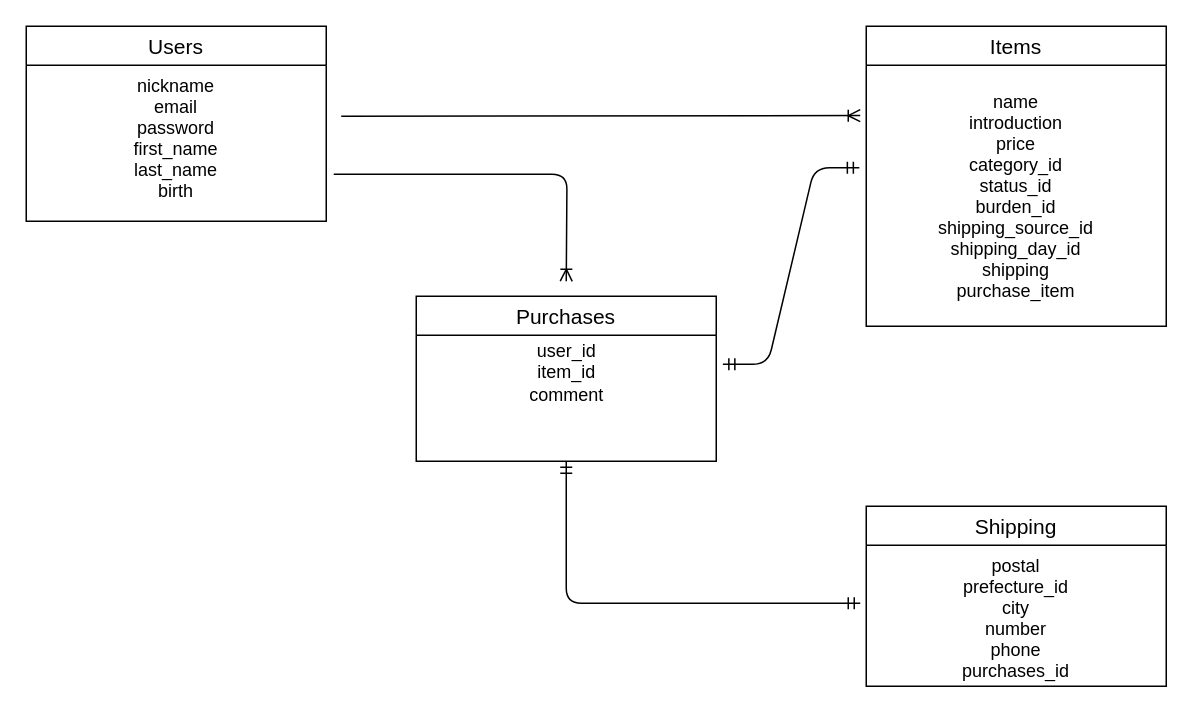
This is test.Draw.io Integration.dio from mitsunari-soad/furima_31783, a draw.io file, before an edit. Source tidied: cells renumbered, new cells numbered last; positions are measured from the earlier drawing's top-left corner, leaving out a move shared by most shapes. Both pictures are drawn from the tidied source at 150%, with x=0, y=0 at pixel (26, 26).
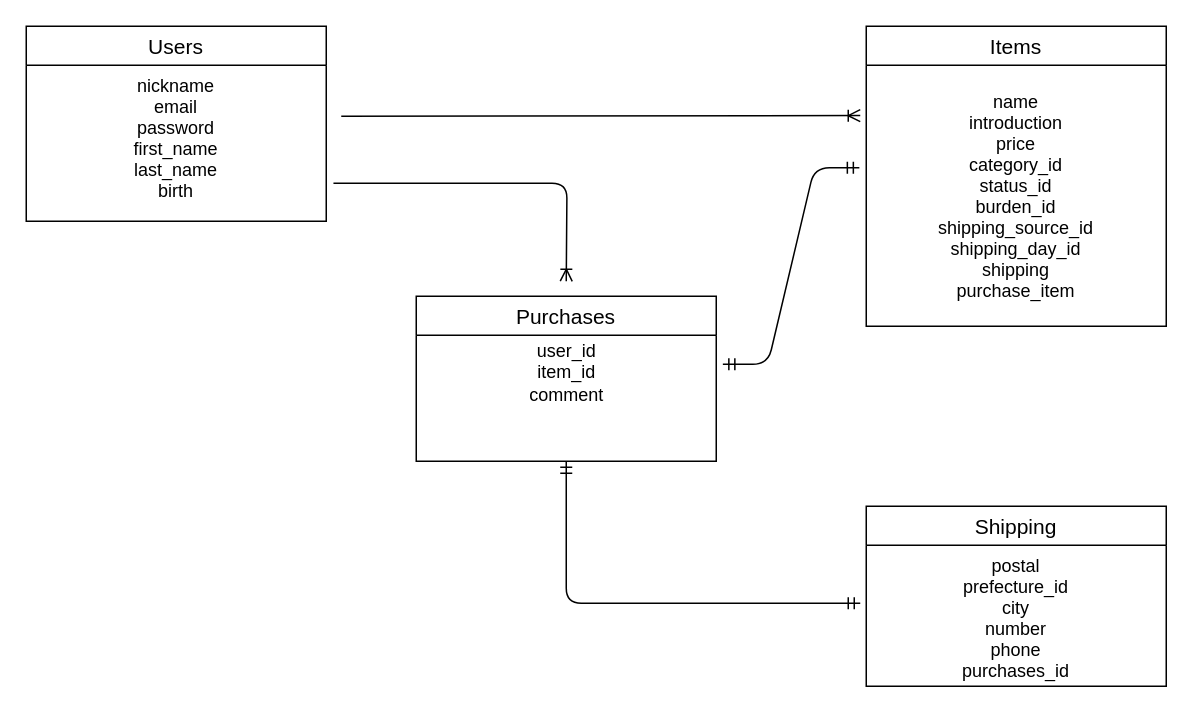
Above is the later version.

What changed in the source:
```diff
@@
 <mxGraphModel>
   <root>
     <mxCell id="0" />
     <mxCell id="1" parent="0" />
     <mxCell id="2" value="Users" style="swimlane;fontStyle=0;horizontal=1;startSize=26;align=center;fontSize=14;" parent="1" vertex="1">
       <mxGeometry width="200" height="130" as="geometry" />
     </mxCell>
     <mxCell id="3" value="nickname&#10;email&#10;password&#10;first_name&#10;last_name&#10;birth" style="text;strokeColor=none;fillColor=none;spacingLeft=4;spacingRight=4;overflow=hidden;points=[[0,0.5],[1,0.5]];portConstraint=eastwest;fontSize=12;align=center;" parent="2" vertex="1">
       <mxGeometry y="26" width="200" height="104" as="geometry" />
     </mxCell>
     <mxCell id="4" style="edgeStyle=elbowEdgeStyle;rounded=0;orthogonalLoop=1;jettySize=auto;html=1;exitX=1;exitY=0.5;exitDx=0;exitDy=0;" parent="2" edge="1">
       <mxGeometry relative="1" as="geometry">
         <mxPoint x="200" y="182" as="sourcePoint" />
         <mxPoint x="200" y="182" as="targetPoint" />
       </mxGeometry>
     </mxCell>
     <mxCell id="5" value="Items" style="swimlane;fontStyle=0;horizontal=1;startSize=26;align=center;fontSize=14;" parent="1" vertex="1">
       <mxGeometry x="560" width="200" height="200" as="geometry" />
     </mxCell>
     <mxCell id="6" value="name&#10;introduction&#10;price&#10;category_id&#10;status_id&#10;burden_id&#10;shipping_source_id&#10;shipping_day_id&#10;shipping&#10;purchase_item" style="text;strokeColor=none;fillColor=none;spacingLeft=4;spacingRight=4;overflow=hidden;points=[[0,0.5],[1,0.5]];portConstraint=eastwest;fontSize=12;verticalAlign=middle;align=center;" parent="5" vertex="1">
       <mxGeometry y="26" width="200" height="174" as="geometry" />
     </mxCell>
     <mxCell id="7" value="Shipping" style="swimlane;fontStyle=0;horizontal=1;startSize=26;align=center;fontSize=14;" parent="1" vertex="1">
       <mxGeometry x="560" y="320" width="200" height="120" as="geometry" />
     </mxCell>
     <mxCell id="8" value="postal&#10;prefecture_id&#10;city&#10;number&#10;phone&#10;purchases_id&#10;&#10;" style="text;strokeColor=none;fillColor=none;spacingLeft=4;spacingRight=4;overflow=hidden;points=[[0,0.5],[1,0.5]];portConstraint=eastwest;fontSize=12;align=center;" parent="7" vertex="1">
       <mxGeometry y="26" width="200" height="94" as="geometry" />
     </mxCell>
     <mxCell id="9" value="Purchases" style="swimlane;fontStyle=0;horizontal=1;startSize=26;align=center;fontSize=14;" parent="1" vertex="1">
       <mxGeometry x="260" y="180" width="200" height="110" as="geometry" />
     </mxCell>
     <mxCell id="10" style="edgeStyle=entityRelationEdgeStyle;fontSize=12;html=1;endArrow=ERmandOne;startArrow=ERmandOne;exitX=1.022;exitY=0.388;exitDx=0;exitDy=0;exitPerimeter=0;entryX=-0.023;entryY=0.393;entryDx=0;entryDy=0;entryPerimeter=0;" parent="1" edge="1" source="11" target="6">
       <mxGeometry relative="1" as="geometry" />
     </mxCell>
     <mxCell id="11" value="user_id&lt;br&gt;item_id&lt;br&gt;comment" style="text;html=1;align=center;verticalAlign=middle;points=[];" parent="1" vertex="1">
       <mxGeometry x="260" y="206" width="200" height="50" as="geometry" />
     </mxCell>
     <mxCell id="12" style="fontSize=12;html=1;endArrow=ERoneToMany;entryX=-0.02;entryY=0.193;entryDx=0;entryDy=0;entryPerimeter=0;" parent="1" edge="1" target="6">
       <mxGeometry relative="1" as="geometry">
         <mxPoint x="210" y="60" as="sourcePoint" />
       </mxGeometry>
     </mxCell>
-    <mxCell id="13" style="edgeStyle=orthogonalEdgeStyle;fontSize=12;html=1;endArrow=ERoneToMany;exitX=1.025;exitY=0.698;exitDx=0;exitDy=0;exitPerimeter=0;" parent="1" edge="1" source="3">
-      <mxGeometry relative="1" as="geometry">
-        <mxPoint x="360" y="170" as="targetPoint" />
-      </mxGeometry>
-    </mxCell>
     <mxCell id="14" style="edgeStyle=orthogonalEdgeStyle;fontSize=12;html=1;endArrow=ERmandOne;startArrow=ERmandOne;exitX=-0.02;exitY=0.411;exitDx=0;exitDy=0;exitPerimeter=0;entryX=0.5;entryY=1;entryDx=0;entryDy=0;elbow=vertical;" parent="1" edge="1" source="8" target="9">
       <mxGeometry relative="1" as="geometry" />
     </mxCell>
+    <mxCell id="15" style="edgeStyle=orthogonalEdgeStyle;fontSize=12;html=1;endArrow=ERoneToMany;exitX=1.024;exitY=0.756;exitDx=0;exitDy=0;exitPerimeter=0;" parent="1" edge="1" source="3">
+      <mxGeometry relative="1" as="geometry">
+        <mxPoint x="360" y="170" as="targetPoint" />
+      </mxGeometry>
+    </mxCell>
   </root>
 </mxGraphModel>
```
